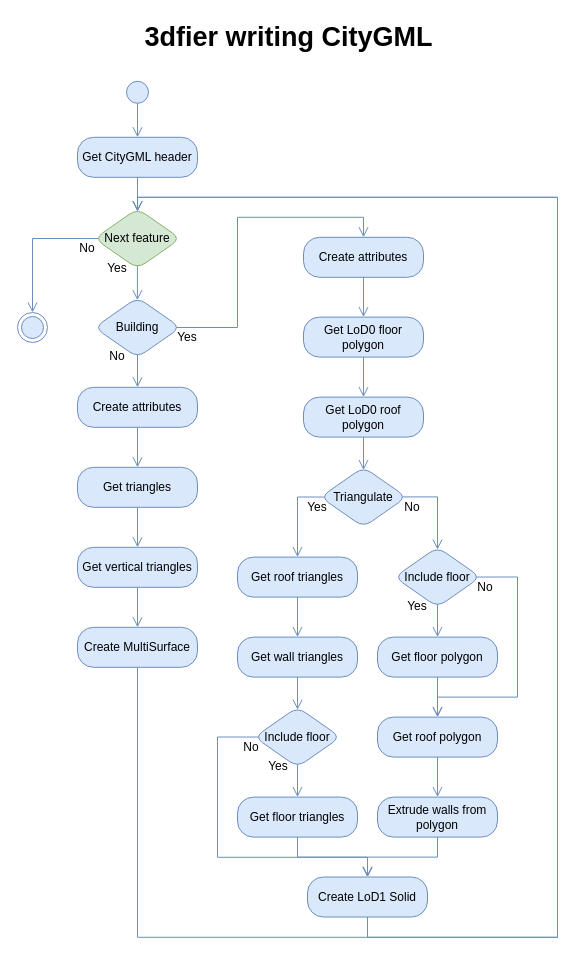
tudelft3d/3dfier keeps this draw.io diagram as resources/flowdiagrams/3dfier_writing_model_citygml.drawio. Above is the earlier version. Source tidied: cells renumbered, new cells numbered last; positions are measured from the earlier drawing's top-left corner, leaving out a move shared by most shapes. Both pictures are drawn from the tidied source at 100%, with x=0, y=0 at pixel (17, 17).
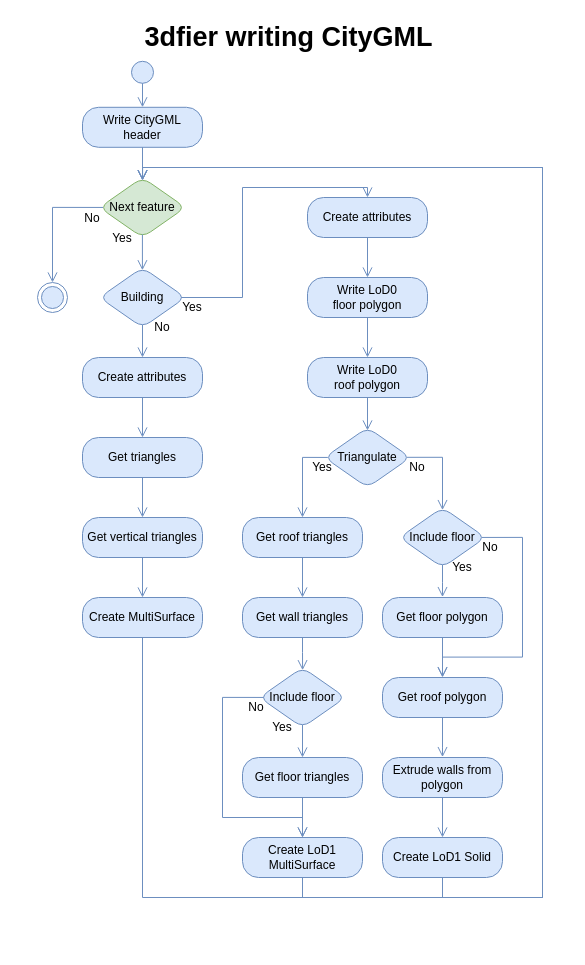
The same page after the edit.

Diff of the diagram source:
```diff
@@
     <mxCell id="2" value="Next feature" style="rhombus;whiteSpace=wrap;html=1;fillColor=#d5e8d4;strokeColor=#82b366;rounded=1;shadow=0;strokeWidth=1;perimeterSpacing=0;" parent="1" vertex="1">
-      <mxGeometry x="77" y="191.1" width="86" height="60" as="geometry" />
+      <mxGeometry x="82" y="160" width="86" height="60" as="geometry" />
     </mxCell>
     <mxCell id="3" value="No" style="text;html=1;strokeColor=none;fillColor=none;align=center;verticalAlign=middle;whiteSpace=wrap;rounded=0;" parent="1" vertex="1">
-      <mxGeometry x="49.7" y="221.1" width="40" height="20" as="geometry" />
+      <mxGeometry x="54.7" y="191.1" width="40" height="20" as="geometry" />
     </mxCell>
     <mxCell id="4" value="Yes" style="text;html=1;strokeColor=none;fillColor=none;align=center;verticalAlign=middle;whiteSpace=wrap;rounded=0;" parent="1" vertex="1">
-      <mxGeometry x="79.5" y="241.1" width="40" height="20" as="geometry" />
+      <mxGeometry x="84.5" y="211.1" width="40" height="20" as="geometry" />
     </mxCell>
     <mxCell id="5" value="Create attributes" style="rounded=1;whiteSpace=wrap;html=1;arcSize=40;fillColor=#dae8fc;strokeColor=#6c8ebf;shadow=0;" parent="1" vertex="1">
-      <mxGeometry x="60" y="369.8" width="120" height="40" as="geometry" />
+      <mxGeometry x="65" y="340" width="120" height="40" as="geometry" />
     </mxCell>
@@
-    <mxCell id="9" value="Get CityGML header" style="rounded=1;whiteSpace=wrap;html=1;arcSize=40;fillColor=#dae8fc;strokeColor=#6c8ebf;shadow=0;" parent="1" vertex="1">
-      <mxGeometry x="60" y="119.8" width="120" height="40" as="geometry" />
+    <mxCell id="9" value="Write CityGML header" style="rounded=1;whiteSpace=wrap;html=1;arcSize=40;fillColor=#dae8fc;strokeColor=#6c8ebf;shadow=0;" parent="1" vertex="1">
+      <mxGeometry x="65" y="89.8" width="120" height="40" as="geometry" />
     </mxCell>
@@
     <mxCell id="11" style="edgeStyle=orthogonalEdgeStyle;html=1;verticalAlign=bottom;endArrow=open;endSize=8;strokeColor=#6c8ebf;fillColor=#dae8fc;shadow=0;rounded=0;exitX=0.042;exitY=0.499;exitDx=0;exitDy=0;exitPerimeter=0;entryX=0.5;entryY=0;entryDx=0;entryDy=0;" parent="1" edge="1" source="2" target="37">
       <mxGeometry relative="1" as="geometry">
         <Array as="points">
-          <mxPoint x="15" y="220.8" />
+          <mxPoint x="35" y="190" />
         </Array>
       </mxGeometry>
     </mxCell>
     <mxCell id="12" value="Building" style="rhombus;whiteSpace=wrap;html=1;fillColor=#dae8fc;strokeColor=#6c8ebf;rounded=1;shadow=0;strokeWidth=1;perimeterSpacing=0;" parent="1" vertex="1">
-      <mxGeometry x="77" y="280" width="86" height="60" as="geometry" />
+      <mxGeometry x="82" y="250" width="86" height="60" as="geometry" />
     </mxCell>
     <mxCell id="13" value="No" style="text;html=1;strokeColor=none;fillColor=none;align=center;verticalAlign=middle;whiteSpace=wrap;rounded=0;" parent="1" vertex="1">
-      <mxGeometry x="79.7" y="329" width="40" height="20" as="geometry" />
+      <mxGeometry x="125" y="300" width="40" height="20" as="geometry" />
     </mxCell>
     <mxCell id="14" value="Yes" style="text;html=1;strokeColor=none;fillColor=none;align=center;verticalAlign=middle;whiteSpace=wrap;rounded=0;" parent="1" vertex="1">
-      <mxGeometry x="149.6" y="310" width="40" height="20" as="geometry" />
+      <mxGeometry x="155" y="280" width="40" height="20" as="geometry" />
     </mxCell>
@@
     <mxCell id="16" value="Include floor" style="rhombus;whiteSpace=wrap;html=1;fillColor=#dae8fc;strokeColor=#6c8ebf;rounded=1;shadow=0;strokeWidth=1;perimeterSpacing=0;" parent="1" vertex="1">
-      <mxGeometry x="237" y="689.6" width="86" height="60" as="geometry" />
+      <mxGeometry x="242" y="650" width="86" height="60" as="geometry" />
     </mxCell>
     <mxCell id="17" value="No" style="text;html=1;strokeColor=none;fillColor=none;align=center;verticalAlign=middle;whiteSpace=wrap;rounded=0;" parent="1" vertex="1">
-      <mxGeometry x="214" y="719.6" width="40" height="20" as="geometry" />
+      <mxGeometry x="219" y="680" width="40" height="20" as="geometry" />
     </mxCell>
     <mxCell id="18" value="Yes" style="text;html=1;strokeColor=none;fillColor=none;align=center;verticalAlign=middle;whiteSpace=wrap;rounded=0;" parent="1" vertex="1">
-      <mxGeometry x="240.7" y="738.6" width="40" height="20" as="geometry" />
+      <mxGeometry x="245" y="700" width="40" height="20" as="geometry" />
     </mxCell>
     <mxCell id="19" value="Get floor triangles" style="rounded=1;whiteSpace=wrap;html=1;arcSize=40;fillColor=#dae8fc;strokeColor=#6c8ebf;shadow=0;" parent="1" vertex="1">
-      <mxGeometry x="220" y="779.6" width="120" height="40" as="geometry" />
+      <mxGeometry x="225" y="740" width="120" height="40" as="geometry" />
     </mxCell>
     <mxCell id="20" style="edgeStyle=orthogonalEdgeStyle;html=1;verticalAlign=bottom;endArrow=open;endSize=8;strokeColor=#6c8ebf;fillColor=#dae8fc;shadow=0;rounded=0;exitX=0.5;exitY=1;exitDx=0;exitDy=0;entryX=0.5;entryY=0;entryDx=0;entryDy=0;" parent="1" edge="1" source="19" target="26">
       <mxGeometry relative="1" as="geometry">
         <Array as="points">
-          <mxPoint x="280" y="839.6" />
-          <mxPoint x="350" y="839.6" />
+          <mxPoint x="285" y="810" />
+          <mxPoint x="285" y="810" />
         </Array>
       </mxGeometry>
     </mxCell>
     <mxCell id="21" style="edgeStyle=orthogonalEdgeStyle;html=1;verticalAlign=bottom;endArrow=open;endSize=8;strokeColor=#6c8ebf;fillColor=#dae8fc;shadow=0;rounded=0;exitX=0.95;exitY=0.5;exitDx=0;exitDy=0;exitPerimeter=0;entryX=0.5;entryY=0;entryDx=0;entryDy=0;" parent="1" edge="1" source="12" target="29">
       <mxGeometry relative="1" as="geometry">
         <Array as="points">
-          <mxPoint x="220" y="309.8" />
-          <mxPoint x="220" y="199.8" />
-          <mxPoint x="346" y="199.8" />
+          <mxPoint x="225" y="280" />
+          <mxPoint x="225" y="170" />
+          <mxPoint x="350" y="170" />
         </Array>
       </mxGeometry>
     </mxCell>
     <mxCell id="22" value="Get roof triangles" style="rounded=1;whiteSpace=wrap;html=1;arcSize=40;fillColor=#dae8fc;strokeColor=#6c8ebf;shadow=0;" parent="1" vertex="1">
-      <mxGeometry x="220" y="539.6" width="120" height="40" as="geometry" />
+      <mxGeometry x="225" y="500" width="120" height="40" as="geometry" />
     </mxCell>
@@
     <mxCell id="24" value="Get wall triangles" style="rounded=1;whiteSpace=wrap;html=1;arcSize=40;fillColor=#dae8fc;strokeColor=#6c8ebf;shadow=0;" parent="1" vertex="1">
-      <mxGeometry x="220" y="619.6" width="120" height="40" as="geometry" />
+      <mxGeometry x="225" y="580" width="120" height="40" as="geometry" />
     </mxCell>
@@
-    <mxCell id="26" value="Create LoD1 Solid" style="rounded=1;whiteSpace=wrap;html=1;arcSize=40;fillColor=#dae8fc;strokeColor=#6c8ebf;shadow=0;" parent="1" vertex="1">
-      <mxGeometry x="290" y="859.5" width="120" height="40" as="geometry" />
+    <mxCell id="26" value="Create LoD1 MultiSurface" style="rounded=1;whiteSpace=wrap;html=1;arcSize=40;fillColor=#dae8fc;strokeColor=#6c8ebf;shadow=0;" parent="1" vertex="1">
+      <mxGeometry x="225" y="820" width="120" height="40" as="geometry" />
     </mxCell>
     <mxCell id="27" style="edgeStyle=orthogonalEdgeStyle;html=1;verticalAlign=bottom;endArrow=open;endSize=8;strokeColor=#6c8ebf;fillColor=#dae8fc;shadow=0;rounded=0;exitX=0.5;exitY=1;exitDx=0;exitDy=0;entryX=0.5;entryY=0.046;entryDx=0;entryDy=0;entryPerimeter=0;" parent="1" edge="1" source="26" target="2">
       <mxGeometry relative="1" as="geometry">
         <Array as="points">
-          <mxPoint x="350" y="919.8" />
-          <mxPoint x="540" y="919.8" />
-          <mxPoint x="540" y="179.8" />
-          <mxPoint x="120" y="179.8" />
+          <mxPoint x="285" y="880" />
+          <mxPoint x="525" y="880" />
+          <mxPoint x="525" y="150" />
+          <mxPoint x="125" y="150" />
         </Array>
       </mxGeometry>
     </mxCell>
@@
     <mxCell id="29" value="Create attributes" style="rounded=1;whiteSpace=wrap;html=1;arcSize=40;fillColor=#dae8fc;strokeColor=#6c8ebf;shadow=0;" parent="1" vertex="1">
-      <mxGeometry x="286" y="219.8" width="120" height="40" as="geometry" />
+      <mxGeometry x="290" y="180" width="120" height="40" as="geometry" />
     </mxCell>
@@
     <mxCell id="31" value="Get triangles" style="rounded=1;whiteSpace=wrap;html=1;arcSize=40;fillColor=#dae8fc;strokeColor=#6c8ebf;shadow=0;" parent="1" vertex="1">
-      <mxGeometry x="60" y="449.8" width="120" height="40" as="geometry" />
+      <mxGeometry x="65" y="420" width="120" height="40" as="geometry" />
     </mxCell>
@@
     <mxCell id="33" value="Get vertical triangles" style="rounded=1;whiteSpace=wrap;html=1;arcSize=40;fillColor=#dae8fc;strokeColor=#6c8ebf;shadow=0;" parent="1" vertex="1">
-      <mxGeometry x="60" y="529.8" width="120" height="40" as="geometry" />
+      <mxGeometry x="65" y="500" width="120" height="40" as="geometry" />
     </mxCell>
@@
     <mxCell id="35" value="Create MultiSurface" style="rounded=1;whiteSpace=wrap;html=1;arcSize=40;fillColor=#dae8fc;strokeColor=#6c8ebf;shadow=0;" parent="1" vertex="1">
-      <mxGeometry x="60" y="609.8" width="120" height="40" as="geometry" />
+      <mxGeometry x="65" y="580" width="120" height="40" as="geometry" />
     </mxCell>
     <mxCell id="36" style="edgeStyle=orthogonalEdgeStyle;html=1;verticalAlign=bottom;endArrow=open;endSize=8;strokeColor=#6c8ebf;fillColor=#dae8fc;shadow=0;rounded=0;exitX=0.5;exitY=1;exitDx=0;exitDy=0;entryX=0.501;entryY=0.044;entryDx=0;entryDy=0;entryPerimeter=0;" parent="1" edge="1" source="35" target="2">
       <mxGeometry relative="1" as="geometry">
         <Array as="points">
-          <mxPoint x="120" y="919.8" />
-          <mxPoint x="540" y="919.8" />
-          <mxPoint x="540" y="179.8" />
-          <mxPoint x="120" y="179.8" />
+          <mxPoint x="125" y="880" />
+          <mxPoint x="525" y="880" />
+          <mxPoint x="525" y="150" />
+          <mxPoint x="125" y="150" />
         </Array>
       </mxGeometry>
     </mxCell>
     <mxCell id="37" style="ellipse;html=1;shape=endState;fillColor=#dae8fc;strokeColor=#6c8ebf;rounded=1;shadow=0;" parent="1" vertex="1">
-      <mxGeometry y="295" width="30" height="30" as="geometry" />
+      <mxGeometry x="20" y="265" width="30" height="30" as="geometry" />
     </mxCell>
     <mxCell id="38" style="ellipse;html=1;shape=startState;fillColor=#dae8fc;strokeColor=#6c8ebf;shadow=0;" parent="1" vertex="1">
-      <mxGeometry x="105" y="59.8" width="30" height="30" as="geometry" />
+      <mxGeometry x="110" y="39.8" width="30" height="30" as="geometry" />
     </mxCell>
     <mxCell id="39" style="edgeStyle=orthogonalEdgeStyle;html=1;verticalAlign=bottom;endArrow=open;endSize=8;strokeColor=#6c8ebf;fillColor=#dae8fc;shadow=0;rounded=0;exitX=0.049;exitY=0.499;exitDx=0;exitDy=0;exitPerimeter=0;entryX=0.5;entryY=0;entryDx=0;entryDy=0;" parent="1" edge="1" source="16" target="26">
       <mxGeometry relative="1" as="geometry">
         <Array as="points">
-          <mxPoint x="200" y="719.8" />
-          <mxPoint x="200" y="839.8" />
-          <mxPoint x="350" y="839.8" />
+          <mxPoint x="205" y="680" />
+          <mxPoint x="205" y="800" />
+          <mxPoint x="285" y="800" />
         </Array>
       </mxGeometry>
     </mxCell>
-    <mxCell id="40" value="Get LoD0 floor polygon" style="rounded=1;whiteSpace=wrap;html=1;arcSize=40;fillColor=#dae8fc;strokeColor=#6c8ebf;shadow=0;" parent="1" vertex="1">
-      <mxGeometry x="286" y="299.6" width="120" height="40" as="geometry" />
+    <mxCell id="40" value="Write LoD0&lt;br&gt;floor polygon" style="rounded=1;whiteSpace=wrap;html=1;arcSize=40;fillColor=#dae8fc;strokeColor=#6c8ebf;shadow=0;" parent="1" vertex="1">
+      <mxGeometry x="290" y="260" width="120" height="40" as="geometry" />
     </mxCell>
@@
-    <mxCell id="42" value="Get LoD0 roof polygon" style="rounded=1;whiteSpace=wrap;html=1;arcSize=40;fillColor=#dae8fc;strokeColor=#6c8ebf;shadow=0;" parent="1" vertex="1">
-      <mxGeometry x="286" y="379.6" width="120" height="40" as="geometry" />
+    <mxCell id="42" value="Write LoD0&lt;br&gt;roof polygon" style="rounded=1;whiteSpace=wrap;html=1;arcSize=40;fillColor=#dae8fc;strokeColor=#6c8ebf;shadow=0;" parent="1" vertex="1">
+      <mxGeometry x="290" y="340" width="120" height="40" as="geometry" />
     </mxCell>
@@
     <mxCell id="44" value="Triangulate" style="rhombus;whiteSpace=wrap;html=1;fillColor=#dae8fc;strokeColor=#6c8ebf;rounded=1;shadow=0;strokeWidth=1;perimeterSpacing=0;" parent="1" vertex="1">
-      <mxGeometry x="303" y="449.6" width="86" height="60" as="geometry" />
+      <mxGeometry x="307" y="410" width="86" height="60" as="geometry" />
     </mxCell>
     <mxCell id="45" value="No" style="text;html=1;strokeColor=none;fillColor=none;align=center;verticalAlign=middle;whiteSpace=wrap;rounded=0;" parent="1" vertex="1">
-      <mxGeometry x="375" y="479.6" width="40" height="20" as="geometry" />
+      <mxGeometry x="380" y="439.6" width="40" height="20" as="geometry" />
     </mxCell>
     <mxCell id="46" value="Yes" style="text;html=1;strokeColor=none;fillColor=none;align=center;verticalAlign=middle;whiteSpace=wrap;rounded=0;" parent="1" vertex="1">
-      <mxGeometry x="280" y="479.6" width="40" height="20" as="geometry" />
+      <mxGeometry x="285" y="439.6" width="40" height="20" as="geometry" />
     </mxCell>
     <mxCell id="47" style="edgeStyle=orthogonalEdgeStyle;html=1;verticalAlign=bottom;endArrow=open;endSize=8;strokeColor=#6c8ebf;fillColor=#dae8fc;shadow=0;rounded=0;exitX=0.039;exitY=0.499;exitDx=0;exitDy=0;entryX=0.5;entryY=0;entryDx=0;entryDy=0;exitPerimeter=0;" parent="1" edge="1" source="44" target="22">
       <mxGeometry relative="1" as="geometry">
         <Array as="points">
-          <mxPoint x="280" y="479.6" />
+          <mxPoint x="285" y="439.6" />
         </Array>
       </mxGeometry>
     </mxCell>
     <mxCell id="48" style="edgeStyle=orthogonalEdgeStyle;html=1;verticalAlign=bottom;endArrow=open;endSize=8;strokeColor=#6c8ebf;fillColor=#dae8fc;shadow=0;rounded=0;entryX=0.5;entryY=0.043;entryDx=0;entryDy=0;exitX=0.958;exitY=0.497;exitDx=0;exitDy=0;exitPerimeter=0;entryPerimeter=0;" parent="1" edge="1" source="44" target="50">
       <mxGeometry relative="1" as="geometry">
         <Array as="points">
-          <mxPoint x="420" y="479.6" />
+          <mxPoint x="425" y="439.6" />
         </Array>
       </mxGeometry>
     </mxCell>
     <mxCell id="49" style="edgeStyle=orthogonalEdgeStyle;html=1;verticalAlign=bottom;endArrow=open;endSize=8;strokeColor=#6c8ebf;fillColor=#dae8fc;shadow=0;rounded=0;entryX=0.5;entryY=0;entryDx=0;entryDy=0;exitX=0.5;exitY=0.952;exitDx=0;exitDy=0;exitPerimeter=0;" parent="1" edge="1" source="50">
       <mxGeometry relative="1" as="geometry">
-        <mxPoint x="420" y="619.6" as="targetPoint" />
+        <mxPoint x="425" y="579.6" as="targetPoint" />
       </mxGeometry>
     </mxCell>
     <mxCell id="50" value="Include floor" style="rhombus;whiteSpace=wrap;html=1;fillColor=#dae8fc;strokeColor=#6c8ebf;rounded=1;shadow=0;strokeWidth=1;perimeterSpacing=0;" parent="1" vertex="1">
-      <mxGeometry x="377" y="529.6" width="86" height="60" as="geometry" />
+      <mxGeometry x="382" y="490" width="86" height="60" as="geometry" />
     </mxCell>
     <mxCell id="51" value="No" style="text;html=1;strokeColor=none;fillColor=none;align=center;verticalAlign=middle;whiteSpace=wrap;rounded=0;" parent="1" vertex="1">
-      <mxGeometry x="448" y="559.6" width="40" height="20" as="geometry" />
+      <mxGeometry x="453" y="520" width="40" height="20" as="geometry" />
     </mxCell>
     <mxCell id="52" value="Yes" style="text;html=1;strokeColor=none;fillColor=none;align=center;verticalAlign=middle;whiteSpace=wrap;rounded=0;" parent="1" vertex="1">
-      <mxGeometry x="379.7" y="578.6" width="40" height="20" as="geometry" />
+      <mxGeometry x="425" y="540" width="40" height="20" as="geometry" />
     </mxCell>
     <mxCell id="53" value="Get floor polygon" style="rounded=1;whiteSpace=wrap;html=1;arcSize=40;fillColor=#dae8fc;strokeColor=#6c8ebf;shadow=0;" parent="1" vertex="1">
-      <mxGeometry x="360" y="619.6" width="120" height="40" as="geometry" />
+      <mxGeometry x="365" y="580" width="120" height="40" as="geometry" />
     </mxCell>
     <mxCell id="54" style="edgeStyle=orthogonalEdgeStyle;html=1;verticalAlign=bottom;endArrow=open;endSize=8;strokeColor=#6c8ebf;fillColor=#dae8fc;shadow=0;rounded=0;exitX=0.5;exitY=1;exitDx=0;exitDy=0;entryX=0.5;entryY=0;entryDx=0;entryDy=0;" parent="1" edge="1" source="53">
       <mxGeometry relative="1" as="geometry">
-        <mxPoint x="420" y="699.6" as="targetPoint" />
+        <mxPoint x="425" y="659.6" as="targetPoint" />
         <Array as="points">
-          <mxPoint x="420" y="689.6" />
-          <mxPoint x="420" y="689.6" />
+          <mxPoint x="425" y="649.6" />
+          <mxPoint x="425" y="649.6" />
         </Array>
       </mxGeometry>
     </mxCell>
     <mxCell id="55" value="Get roof polygon" style="rounded=1;whiteSpace=wrap;html=1;arcSize=40;fillColor=#dae8fc;strokeColor=#6c8ebf;shadow=0;" parent="1" vertex="1">
-      <mxGeometry x="360" y="699.6" width="120" height="40" as="geometry" />
+      <mxGeometry x="365" y="660" width="120" height="40" as="geometry" />
     </mxCell>
     <mxCell id="56" style="edgeStyle=orthogonalEdgeStyle;html=1;verticalAlign=bottom;endArrow=open;endSize=8;strokeColor=#6c8ebf;fillColor=#dae8fc;shadow=0;rounded=0;exitX=0.5;exitY=1;exitDx=0;exitDy=0;entryX=0.5;entryY=0;entryDx=0;entryDy=0;" parent="1" edge="1" source="55">
       <mxGeometry relative="1" as="geometry">
-        <mxPoint x="420" y="779.6" as="targetPoint" />
+        <mxPoint x="425" y="739.6" as="targetPoint" />
         <Array as="points">
-          <mxPoint x="420" y="769.6" />
-          <mxPoint x="420" y="769.6" />
+          <mxPoint x="425" y="729.6" />
+          <mxPoint x="425" y="729.6" />
         </Array>
       </mxGeometry>
     </mxCell>
     <mxCell id="57" value="Extrude walls from polygon" style="rounded=1;whiteSpace=wrap;html=1;arcSize=40;fillColor=#dae8fc;strokeColor=#6c8ebf;shadow=0;" parent="1" vertex="1">
-      <mxGeometry x="360" y="779.6" width="120" height="40" as="geometry" />
+      <mxGeometry x="365" y="740" width="120" height="40" as="geometry" />
     </mxCell>
-    <mxCell id="58" style="edgeStyle=orthogonalEdgeStyle;html=1;verticalAlign=bottom;endArrow=open;endSize=8;strokeColor=#6c8ebf;fillColor=#dae8fc;shadow=0;rounded=0;exitX=0.5;exitY=1;exitDx=0;exitDy=0;entryX=0.5;entryY=0;entryDx=0;entryDy=0;" parent="1" edge="1" source="57" target="26">
+    <mxCell id="58" style="edgeStyle=orthogonalEdgeStyle;html=1;verticalAlign=bottom;endArrow=open;endSize=8;strokeColor=#6c8ebf;fillColor=#dae8fc;shadow=0;rounded=0;exitX=0.5;exitY=1;exitDx=0;exitDy=0;entryX=0.5;entryY=0;entryDx=0;entryDy=0;" parent="1" edge="1" source="57" target="61">
       <mxGeometry relative="1" as="geometry">
         <Array as="points">
-          <mxPoint x="420" y="839.6" />
-          <mxPoint x="350" y="839.6" />
+          <mxPoint x="425" y="820" />
         </Array>
       </mxGeometry>
     </mxCell>
     <mxCell id="59" style="edgeStyle=orthogonalEdgeStyle;html=1;verticalAlign=bottom;endArrow=open;endSize=8;strokeColor=#6c8ebf;fillColor=#dae8fc;shadow=0;rounded=0;entryX=0.5;entryY=0;entryDx=0;entryDy=0;exitX=0.956;exitY=0.499;exitDx=0;exitDy=0;exitPerimeter=0;" parent="1" edge="1" source="50" target="55">
       <mxGeometry relative="1" as="geometry">
         <Array as="points">
-          <mxPoint x="500" y="559.6" />
-          <mxPoint x="500" y="679.6" />
-          <mxPoint x="420" y="679.6" />
+          <mxPoint x="505" y="519.6" />
+          <mxPoint x="505" y="639.6" />
+          <mxPoint x="425" y="639.6" />
         </Array>
       </mxGeometry>
     </mxCell>
@@
+    <mxCell id="61" value="Create LoD1 Solid" style="rounded=1;whiteSpace=wrap;html=1;arcSize=40;fillColor=#dae8fc;strokeColor=#6c8ebf;shadow=0;" parent="1" vertex="1">
+      <mxGeometry x="365" y="820" width="120" height="40" as="geometry" />
+    </mxCell>
+    <mxCell id="62" style="edgeStyle=orthogonalEdgeStyle;html=1;verticalAlign=bottom;endArrow=open;endSize=8;strokeColor=#6c8ebf;fillColor=#dae8fc;shadow=0;rounded=0;exitX=0.5;exitY=1;exitDx=0;exitDy=0;entryX=0.5;entryY=0.048;entryDx=0;entryDy=0;entryPerimeter=0;" parent="1" edge="1" source="61" target="2">
+      <mxGeometry relative="1" as="geometry">
+        <Array as="points">
+          <mxPoint x="425" y="880" />
+          <mxPoint x="525" y="880" />
+          <mxPoint x="525" y="150" />
+          <mxPoint x="125" y="150" />
+        </Array>
+      </mxGeometry>
+    </mxCell>
```
